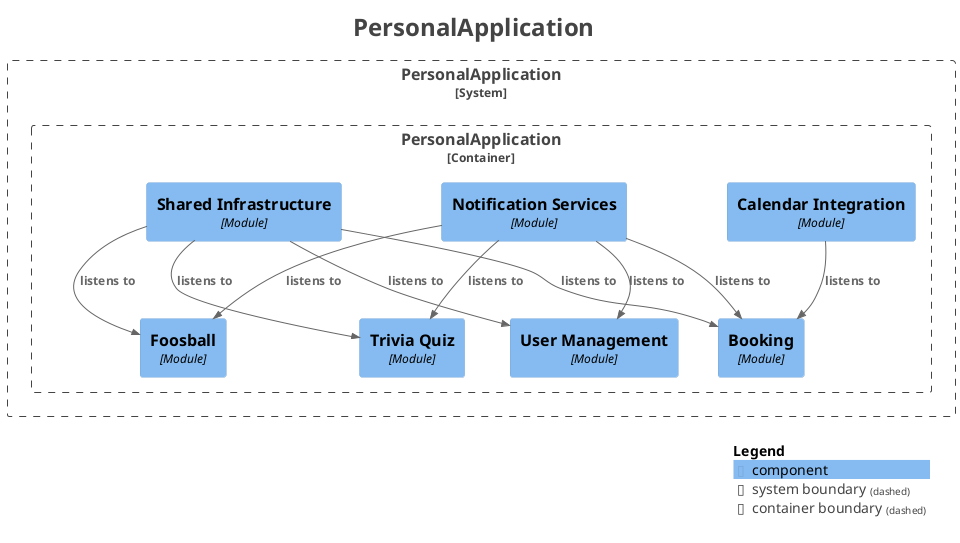
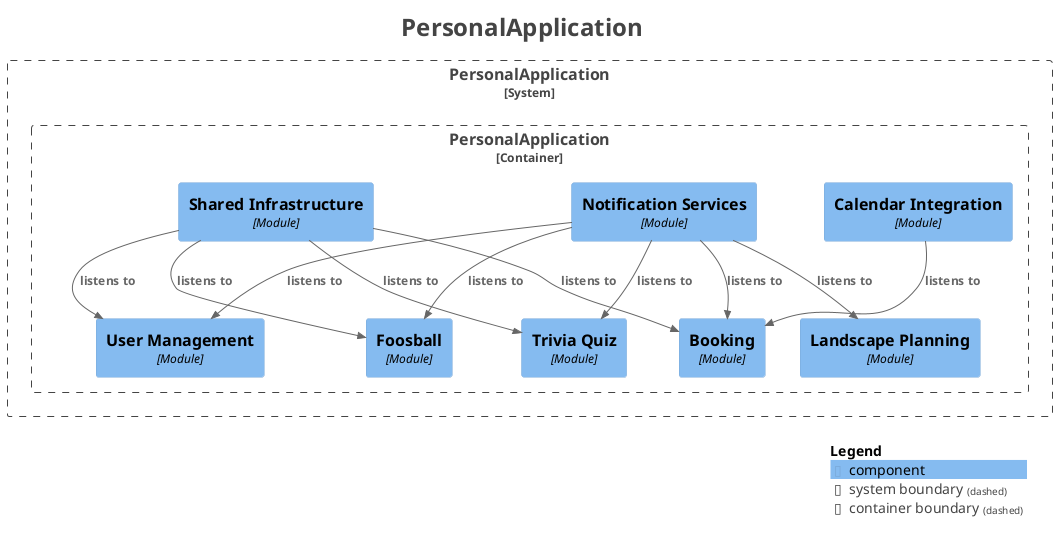
@startuml
title <size:24>PersonalApplication</size>

set separator none
top to bottom direction

<style>
  root {
    BackgroundColor: #ffffff
    FontColor: #444444
  }
</style>

!include <C4/C4>
!include <C4/C4_Context>
!include <C4/C4_Component>

System_Boundary("PersonalApplication_boundary", "PersonalApplication", $tags="") {
  Container_Boundary("PersonalApplication.PersonalApplication_boundary", "PersonalApplication", $tags="") {
    Component(PersonalApplication.PersonalApplication.UserManagement, "User Management", $techn="Module", $descr="", $tags="", $link="")
    Component(PersonalApplication.PersonalApplication.CalendarIntegration, "Calendar Integration", $techn="Module", $descr="", $tags="", $link="")
    Component(PersonalApplication.PersonalApplication.NotificationServices, "Notification Services", $techn="Module", $descr="", $tags="", $link="")
    Component(PersonalApplication.PersonalApplication.SharedInfrastructure, "Shared Infrastructure", $techn="Module", $descr="", $tags="", $link="")
    Component(PersonalApplication.PersonalApplication.Booking, "Booking", $techn="Module", $descr="", $tags="", $link="")
    Component(PersonalApplication.PersonalApplication.Foosball, "Foosball", $techn="Module", $descr="", $tags="", $link="")
+     Component(PersonalApplication.PersonalApplication.LandscapePlanning, "Landscape Planning", $techn="Module", $descr="", $tags="", $link="")
    Component(PersonalApplication.PersonalApplication.TriviaQuiz, "Trivia Quiz", $techn="Module", $descr="", $tags="", $link="")
  }

}

+ Rel(PersonalApplication.PersonalApplication.NotificationServices, PersonalApplication.PersonalApplication.TriviaQuiz, "listens to", $techn="", $tags="", $link="")
+ Rel(PersonalApplication.PersonalApplication.NotificationServices, PersonalApplication.PersonalApplication.Foosball, "listens to", $techn="", $tags="", $link="")
Rel(PersonalApplication.PersonalApplication.NotificationServices, PersonalApplication.PersonalApplication.UserManagement, "listens to", $techn="", $tags="", $link="")
- Rel(PersonalApplication.PersonalApplication.NotificationServices, PersonalApplication.PersonalApplication.Foosball, "listens to", $techn="", $tags="", $link="")
- Rel(PersonalApplication.PersonalApplication.NotificationServices, PersonalApplication.PersonalApplication.TriviaQuiz, "listens to", $techn="", $tags="", $link="")
Rel(PersonalApplication.PersonalApplication.NotificationServices, PersonalApplication.PersonalApplication.Booking, "listens to", $techn="", $tags="", $link="")
+ Rel(PersonalApplication.PersonalApplication.NotificationServices, PersonalApplication.PersonalApplication.LandscapePlanning, "listens to", $techn="", $tags="", $link="")
+ Rel(PersonalApplication.PersonalApplication.SharedInfrastructure, PersonalApplication.PersonalApplication.UserManagement, "listens to", $techn="", $tags="", $link="")
+ Rel(PersonalApplication.PersonalApplication.SharedInfrastructure, PersonalApplication.PersonalApplication.TriviaQuiz, "listens to", $techn="", $tags="", $link="")
+ Rel(PersonalApplication.PersonalApplication.SharedInfrastructure, PersonalApplication.PersonalApplication.Foosball, "listens to", $techn="", $tags="", $link="")
+ Rel(PersonalApplication.PersonalApplication.SharedInfrastructure, PersonalApplication.PersonalApplication.Booking, "listens to", $techn="", $tags="", $link="")
Rel(PersonalApplication.PersonalApplication.CalendarIntegration, PersonalApplication.PersonalApplication.Booking, "listens to", $techn="", $tags="", $link="")
- Rel(PersonalApplication.PersonalApplication.SharedInfrastructure, PersonalApplication.PersonalApplication.UserManagement, "listens to", $techn="", $tags="", $link="")
- Rel(PersonalApplication.PersonalApplication.SharedInfrastructure, PersonalApplication.PersonalApplication.Booking, "listens to", $techn="", $tags="", $link="")
- Rel(PersonalApplication.PersonalApplication.SharedInfrastructure, PersonalApplication.PersonalApplication.Foosball, "listens to", $techn="", $tags="", $link="")
- Rel(PersonalApplication.PersonalApplication.SharedInfrastructure, PersonalApplication.PersonalApplication.TriviaQuiz, "listens to", $techn="", $tags="", $link="")

SHOW_LEGEND(true)
hide stereotypes
@enduml